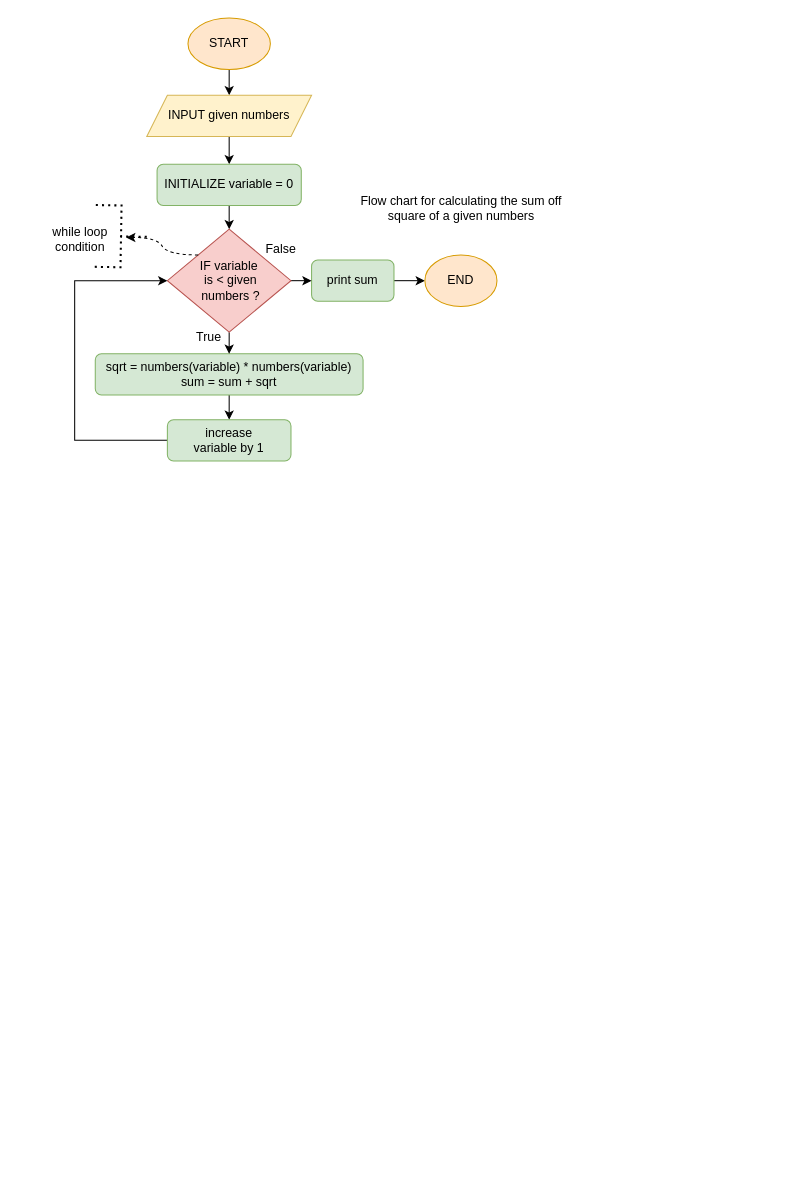
Earlier version of the draw.io diagram flow1.drawio (alexcodeable/alx-pre_course). Source tidied: cells renumbered, new cells numbered last; positions are measured from the earlier drawing's top-left corner, leaving out a move shared by most shapes. Both pictures are drawn from the tidied source at 103%, with x=0, y=0 at pixel (43, 18).
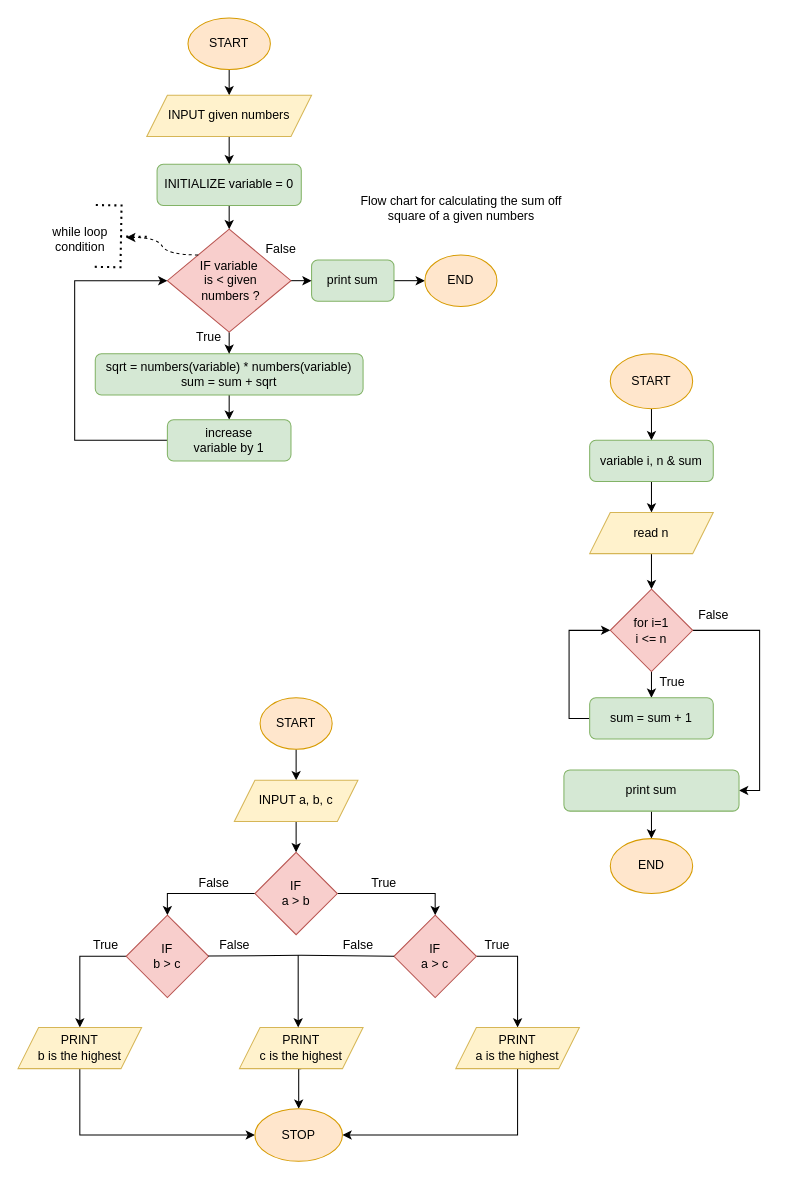
Above is the later version.

Change to the diagram source:
```diff
@@
+    <mxCell id="24" style="edgeStyle=orthogonalEdgeStyle;rounded=0;jettySize=auto;html=1;exitX=0.5;exitY=1;exitDx=0;exitDy=0;exitPerimeter=0;entryX=0.5;entryY=0;entryDx=0;entryDy=0;" parent="1" edge="1" source="25" target="27">
+      <mxGeometry relative="1" as="geometry" />
+    </mxCell>
+    <mxCell id="25" value="START" style="strokeWidth=1;html=1;shape=mxgraph.flowchart.start_1;whiteSpace=wrap;shadow=0;fillColor=#ffe6cc;strokeColor=#d79b00;" parent="1" vertex="1">
+      <mxGeometry x="210" y="660" width="70" height="50" as="geometry" />
+    </mxCell>
+    <mxCell id="26" style="edgeStyle=orthogonalEdgeStyle;rounded=0;jettySize=auto;html=1;exitX=0.5;exitY=1;exitDx=0;exitDy=0;entryX=0.5;entryY=0;entryDx=0;entryDy=0;" parent="1" edge="1" source="27" target="30">
+      <mxGeometry relative="1" as="geometry" />
+    </mxCell>
+    <mxCell id="27" value="INPUT a, b, c" style="shape=parallelogram;perimeter=parallelogramPerimeter;whiteSpace=wrap;html=1;fixedSize=1;shadow=0;strokeWidth=1;fillColor=#fff2cc;strokeColor=#d6b656;" parent="1" vertex="1">
+      <mxGeometry x="185" y="740" width="120" height="40" as="geometry" />
+    </mxCell>
+    <mxCell id="28" style="edgeStyle=orthogonalEdgeStyle;rounded=0;jettySize=auto;html=1;exitX=1;exitY=0.5;exitDx=0;exitDy=0;entryX=0.5;entryY=0;entryDx=0;entryDy=0;" parent="1" edge="1" source="30" target="32">
+      <mxGeometry relative="1" as="geometry" />
+    </mxCell>
+    <mxCell id="29" style="edgeStyle=orthogonalEdgeStyle;rounded=0;jettySize=auto;html=1;exitX=0;exitY=0.5;exitDx=0;exitDy=0;entryX=0.5;entryY=0;entryDx=0;entryDy=0;" parent="1" edge="1" source="30" target="34">
+      <mxGeometry relative="1" as="geometry" />
+    </mxCell>
+    <mxCell id="30" value="&lt;div&gt;IF&lt;/div&gt;&lt;div&gt;a &amp;gt; b&lt;br&gt;&lt;/div&gt;" style="rhombus;whiteSpace=wrap;html=1;shadow=0;strokeWidth=1;fillColor=#f8cecc;strokeColor=#b85450;" parent="1" vertex="1">
+      <mxGeometry x="205" y="810" width="80" height="80" as="geometry" />
+    </mxCell>
+    <mxCell id="31" style="edgeStyle=orthogonalEdgeStyle;rounded=0;jettySize=auto;html=1;exitX=1;exitY=0.5;exitDx=0;exitDy=0;entryX=0.5;entryY=0;entryDx=0;entryDy=0;" parent="1" edge="1" source="32" target="40">
+      <mxGeometry relative="1" as="geometry" />
+    </mxCell>
+    <mxCell id="32" value="&lt;div&gt;IF &lt;br&gt;&lt;/div&gt;&lt;div&gt;a &amp;gt; c&lt;br&gt;&lt;/div&gt;" style="rhombus;whiteSpace=wrap;html=1;shadow=0;strokeWidth=1;fillColor=#f8cecc;strokeColor=#b85450;" parent="1" vertex="1">
+      <mxGeometry x="340" y="871" width="80" height="80" as="geometry" />
+    </mxCell>
+    <mxCell id="33" style="edgeStyle=orthogonalEdgeStyle;rounded=0;jettySize=auto;html=1;exitX=0;exitY=0.5;exitDx=0;exitDy=0;entryX=0.5;entryY=0;entryDx=0;entryDy=0;" parent="1" edge="1" source="34" target="36">
+      <mxGeometry relative="1" as="geometry" />
+    </mxCell>
+    <mxCell id="34" value="&lt;div&gt;IF&lt;/div&gt;&lt;div&gt;b &amp;gt; c&lt;br&gt;&lt;/div&gt;" style="rhombus;whiteSpace=wrap;html=1;shadow=0;strokeWidth=1;fillColor=#f8cecc;strokeColor=#b85450;" parent="1" vertex="1">
+      <mxGeometry x="80" y="871" width="80" height="80" as="geometry" />
+    </mxCell>
+    <mxCell id="35" style="edgeStyle=orthogonalEdgeStyle;rounded=0;jettySize=auto;html=1;exitX=0.5;exitY=1;exitDx=0;exitDy=0;entryX=0;entryY=0.5;entryDx=0;entryDy=0;" parent="1" edge="1" source="36" target="41">
+      <mxGeometry relative="1" as="geometry" />
+    </mxCell>
+    <mxCell id="36" value="&lt;div&gt;PRINT &lt;br&gt;&lt;/div&gt;&lt;div&gt;b is the highest&lt;br&gt;&lt;/div&gt;" style="shape=parallelogram;perimeter=parallelogramPerimeter;whiteSpace=wrap;html=1;fixedSize=1;shadow=0;strokeWidth=1;fillColor=#fff2cc;strokeColor=#d6b656;" parent="1" vertex="1">
+      <mxGeometry x="-25" y="980" width="120" height="40" as="geometry" />
+    </mxCell>
+    <mxCell id="37" style="edgeStyle=orthogonalEdgeStyle;rounded=0;jettySize=auto;html=1;exitX=0.5;exitY=1;exitDx=0;exitDy=0;entryX=0.5;entryY=0;entryDx=0;entryDy=0;" parent="1" edge="1" source="38" target="41">
+      <mxGeometry relative="1" as="geometry" />
+    </mxCell>
+    <mxCell id="38" value="&lt;div&gt;PRINT&lt;/div&gt;&lt;div&gt;c is the highest&lt;br&gt;&lt;/div&gt;" style="shape=parallelogram;perimeter=parallelogramPerimeter;whiteSpace=wrap;html=1;fixedSize=1;shadow=0;strokeWidth=1;fillColor=#fff2cc;strokeColor=#d6b656;" parent="1" vertex="1">
+      <mxGeometry x="190" y="980" width="120" height="40" as="geometry" />
+    </mxCell>
+    <mxCell id="39" style="edgeStyle=orthogonalEdgeStyle;rounded=0;jettySize=auto;html=1;exitX=0.5;exitY=1;exitDx=0;exitDy=0;entryX=1;entryY=0.5;entryDx=0;entryDy=0;" parent="1" edge="1" source="40" target="41">
+      <mxGeometry relative="1" as="geometry" />
+    </mxCell>
+    <mxCell id="40" value="&lt;div&gt;PRINT&lt;/div&gt;&lt;div&gt;a is the highest&lt;br&gt;&lt;/div&gt;" style="shape=parallelogram;perimeter=parallelogramPerimeter;whiteSpace=wrap;html=1;fixedSize=1;shadow=0;strokeWidth=1;fillColor=#fff2cc;strokeColor=#d6b656;" parent="1" vertex="1">
+      <mxGeometry x="400" y="980" width="120" height="40" as="geometry" />
+    </mxCell>
+    <mxCell id="41" value="STOP" style="ellipse;whiteSpace=wrap;html=1;shadow=0;strokeWidth=1;fillColor=#ffe6cc;strokeColor=#d79b00;" parent="1" vertex="1">
+      <mxGeometry x="205" y="1059" width="85" height="51" as="geometry" />
+    </mxCell>
+    <mxCell id="42" style="endArrow=none;html=1;rounded=0;entryX=0;entryY=0.5;entryDx=0;entryDy=0;" parent="1" edge="1" source="34" target="32">
+      <mxGeometry relative="1" as="geometry">
+        <Array as="points">
+          <mxPoint x="250" y="910" />
+        </Array>
+      </mxGeometry>
+    </mxCell>
+    <mxCell id="43" style="endArrow=classic;html=1;rounded=0;" parent="1" edge="1">
+      <mxGeometry relative="1" as="geometry">
+        <mxPoint x="247" y="910" as="sourcePoint" />
+        <mxPoint x="247" y="980" as="targetPoint" />
+      </mxGeometry>
+    </mxCell>
+    <mxCell id="44" value="True" style="text;html=1;align=center;verticalAlign=middle;strokeColor=none;fillColor=none;" parent="1" vertex="1">
+      <mxGeometry x="310" y="830" width="40" height="20" as="geometry" />
+    </mxCell>
+    <mxCell id="45" value="False" style="text;html=1;align=center;verticalAlign=middle;strokeColor=none;fillColor=none;" parent="1" vertex="1">
+      <mxGeometry x="145" y="830" width="40" height="20" as="geometry" />
+    </mxCell>
+    <mxCell id="46" value="True" style="text;html=1;align=center;verticalAlign=middle;strokeColor=none;fillColor=none;" parent="1" vertex="1">
+      <mxGeometry x="420" y="890" width="40" height="20" as="geometry" />
+    </mxCell>
+    <mxCell id="47" value="False" style="text;html=1;align=center;verticalAlign=middle;strokeColor=none;fillColor=none;" parent="1" vertex="1">
+      <mxGeometry x="165" y="890" width="40" height="20" as="geometry" />
+    </mxCell>
+    <mxCell id="48" value="False" style="text;html=1;align=center;verticalAlign=middle;strokeColor=none;fillColor=none;" parent="1" vertex="1">
+      <mxGeometry x="285" y="890" width="40" height="20" as="geometry" />
+    </mxCell>
+    <mxCell id="49" value="True" style="text;html=1;align=center;verticalAlign=middle;strokeColor=none;fillColor=none;" parent="1" vertex="1">
+      <mxGeometry x="40" y="890" width="40" height="20" as="geometry" />
+    </mxCell>
+    <mxCell id="50" style="edgeStyle=orthogonalEdgeStyle;rounded=0;jettySize=auto;html=1;exitX=0.5;exitY=1;exitDx=0;exitDy=0;entryX=0.5;entryY=0;entryDx=0;entryDy=0;" parent="1" edge="1" source="51" target="53">
+      <mxGeometry relative="1" as="geometry" />
+    </mxCell>
+    <mxCell id="51" value="START" style="ellipse;whiteSpace=wrap;html=1;shadow=0;strokeWidth=1;fillColor=#ffe6cc;strokeColor=#d79b00;" parent="1" vertex="1">
+      <mxGeometry x="550" y="326" width="80" height="53.3" as="geometry" />
+    </mxCell>
+    <mxCell id="52" style="edgeStyle=orthogonalEdgeStyle;rounded=0;jettySize=auto;html=1;exitX=0.5;exitY=1;exitDx=0;exitDy=0;entryX=0.5;entryY=0;entryDx=0;entryDy=0;" parent="1" edge="1" source="53" target="55">
+      <mxGeometry relative="1" as="geometry" />
+    </mxCell>
+    <mxCell id="53" value="variable i, n &amp;amp; sum" style="rounded=1;whiteSpace=wrap;html=1;shadow=0;strokeWidth=1;fillColor=#d5e8d4;strokeColor=#82b366;" parent="1" vertex="1">
+      <mxGeometry x="530" y="410" width="120" height="40" as="geometry" />
+    </mxCell>
+    <mxCell id="54" style="edgeStyle=orthogonalEdgeStyle;rounded=0;jettySize=auto;html=1;exitX=0.5;exitY=1;exitDx=0;exitDy=0;entryX=0.5;entryY=0;entryDx=0;entryDy=0;" parent="1" edge="1" source="55" target="58">
+      <mxGeometry relative="1" as="geometry" />
+    </mxCell>
+    <mxCell id="55" value="read n" style="shape=parallelogram;perimeter=parallelogramPerimeter;whiteSpace=wrap;html=1;fixedSize=1;shadow=0;strokeWidth=1;fillColor=#fff2cc;strokeColor=#d6b656;" parent="1" vertex="1">
+      <mxGeometry x="530" y="480" width="120" height="40" as="geometry" />
+    </mxCell>
+    <mxCell id="56" style="edgeStyle=orthogonalEdgeStyle;rounded=0;jettySize=auto;html=1;exitX=0.5;exitY=1;exitDx=0;exitDy=0;entryX=0.5;entryY=0;entryDx=0;entryDy=0;" parent="1" edge="1" source="58" target="60">
+      <mxGeometry relative="1" as="geometry" />
+    </mxCell>
+    <mxCell id="57" style="edgeStyle=orthogonalEdgeStyle;rounded=0;jettySize=auto;html=1;exitX=1;exitY=0.5;exitDx=0;exitDy=0;entryX=1;entryY=0.5;entryDx=0;entryDy=0;" parent="1" edge="1" source="58" target="62">
+      <mxGeometry relative="1" as="geometry" />
+    </mxCell>
+    <mxCell id="58" value="&lt;div&gt;for i=1&lt;/div&gt;&lt;div&gt;i &amp;lt;= n&lt;br&gt;&lt;/div&gt;" style="rhombus;whiteSpace=wrap;html=1;shadow=0;strokeWidth=1;fillColor=#f8cecc;strokeColor=#b85450;" parent="1" vertex="1">
+      <mxGeometry x="550" y="554.5" width="80" height="80" as="geometry" />
+    </mxCell>
+    <mxCell id="59" style="edgeStyle=orthogonalEdgeStyle;rounded=0;jettySize=auto;html=1;exitX=0;exitY=0.5;exitDx=0;exitDy=0;entryX=0;entryY=0.5;entryDx=0;entryDy=0;" parent="1" edge="1" source="60" target="58">
+      <mxGeometry relative="1" as="geometry" />
+    </mxCell>
+    <mxCell id="60" value="sum = sum + 1" style="rounded=1;whiteSpace=wrap;html=1;shadow=0;strokeWidth=1;fillColor=#d5e8d4;strokeColor=#82b366;" parent="1" vertex="1">
+      <mxGeometry x="530" y="660" width="120" height="40" as="geometry" />
+    </mxCell>
+    <mxCell id="61" style="edgeStyle=orthogonalEdgeStyle;rounded=0;jettySize=auto;html=1;exitX=0.5;exitY=1;exitDx=0;exitDy=0;entryX=0.5;entryY=0;entryDx=0;entryDy=0;" parent="1" edge="1" source="62" target="63">
+      <mxGeometry relative="1" as="geometry" />
+    </mxCell>
+    <mxCell id="62" value="print sum" style="rounded=1;whiteSpace=wrap;html=1;shadow=0;strokeWidth=1;fillColor=#d5e8d4;strokeColor=#82b366;" parent="1" vertex="1">
+      <mxGeometry x="505" y="730" width="170" height="40" as="geometry" />
+    </mxCell>
+    <mxCell id="63" value="END" style="ellipse;whiteSpace=wrap;html=1;shadow=0;strokeWidth=1;fillColor=#ffe6cc;strokeColor=#d79b00;" parent="1" vertex="1">
+      <mxGeometry x="550" y="796.7" width="80" height="53.3" as="geometry" />
+    </mxCell>
+    <mxCell id="64" value="False" style="text;html=1;align=center;verticalAlign=middle;strokeColor=none;fillColor=none;" parent="1" vertex="1">
+      <mxGeometry x="630" y="570" width="40" height="20" as="geometry" />
+    </mxCell>
+    <mxCell id="65" value="True" style="text;html=1;align=center;verticalAlign=middle;strokeColor=none;fillColor=none;" parent="1" vertex="1">
+      <mxGeometry x="590" y="634.5" width="40" height="20" as="geometry" />
+    </mxCell>
```
